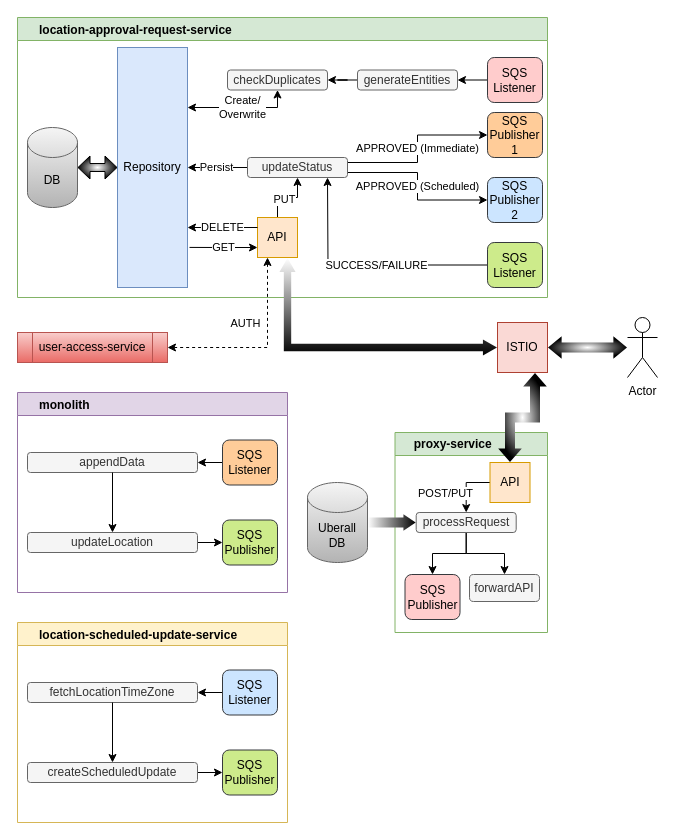
Earlier version of the draw.io diagram Approval Flow.drawio (elzayakm/photobot). Source tidied: cells renumbered, new cells numbered last; positions are measured from the earlier drawing's top-left corner, leaving out a move shared by most shapes. Both pictures are drawn from the tidied source at 100%, with x=0, y=0 at pixel (17, 17).
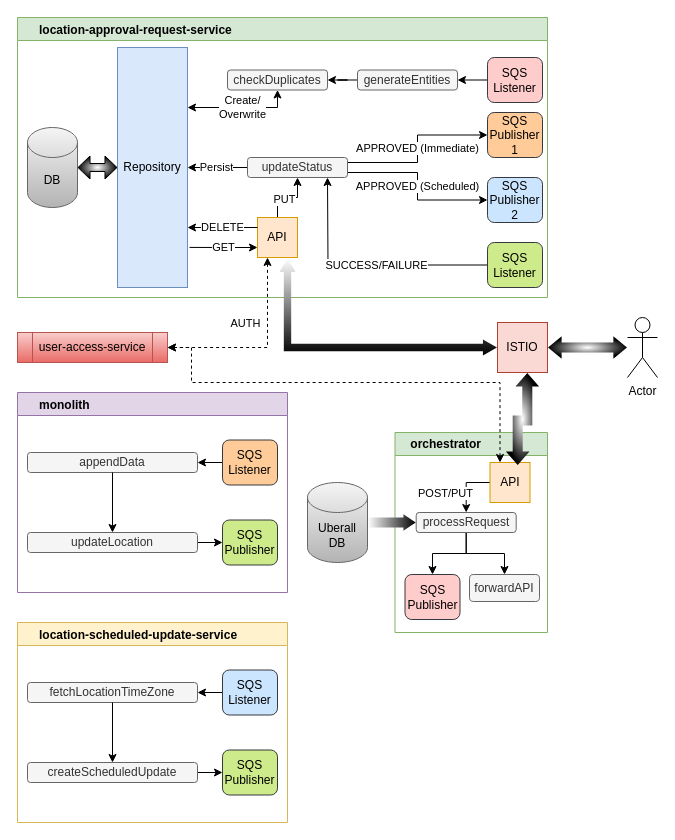
The same diagram, later.

Unchanged cells that the change refers to:
```xml
<mxCell id="29" value="API" style="rounded=0;whiteSpace=wrap;html=1;fillColor=#ffe6cc;strokeColor=#d79b00;" parent="26" vertex="1">
  <mxGeometry x="95" y="30" width="40" height="40" as="geometry" />
</mxCell>
<mxCell id="55" value="ISTIO" style="rounded=0;whiteSpace=wrap;html=1;fillColor=#fad9d5;strokeColor=#ae4132;" parent="1" vertex="1">
  <mxGeometry x="480" y="305" width="50" height="50" as="geometry" />
</mxCell>
<mxCell id="58" value="user-access-service" style="shape=process;whiteSpace=wrap;html=1;backgroundOutline=1;fillColor=#f8cecc;strokeColor=#b85450;gradientColor=#ea6b66;" parent="1" vertex="1">
  <mxGeometry y="315" width="150" height="30" as="geometry" />
</mxCell>
```

The edit, as a diff of the source:
```diff
@@
-    <mxCell id="26" value="&amp;nbsp; &amp;nbsp; &amp;nbsp;proxy-service" style="swimlane;whiteSpace=wrap;html=1;align=left;fillColor=#d5e8d4;strokeColor=#82b366;" parent="1" vertex="1">
+    <mxCell id="26" value="&amp;nbsp; &amp;nbsp; orchestrator" style="swimlane;whiteSpace=wrap;html=1;align=left;fillColor=#d5e8d4;strokeColor=#82b366;" parent="1" vertex="1">
       <mxGeometry x="377.5" y="415" width="152.5" height="200" as="geometry" />
     </mxCell>
@@
-    <mxCell id="53" style="edgeStyle=orthogonalEdgeStyle;rounded=0;jettySize=auto;html=1;exitX=0.75;exitY=1;exitDx=0;exitDy=0;entryX=0.5;entryY=0;entryDx=0;entryDy=0;shape=flexArrow;startArrow=block;startWidth=12.631578947368421;startSize=4.157894736842105;endWidth=12.631578947368421;endSize=4.157894736842105;fillColor=default;gradientColor=default;strokeColor=none;gradientDirection=radial;" parent="1" edge="1" source="55" target="29">
+    <mxCell id="53" style="edgeStyle=orthogonalEdgeStyle;rounded=0;orthogonalLoop=1;jettySize=auto;html=1;entryX=0.5;entryY=0;entryDx=0;entryDy=0;shape=flexArrow;startArrow=block;startWidth=12.631578947368421;startSize=4.157894736842105;endWidth=12.631578947368421;endSize=4.157894736842105;fillColor=default;gradientColor=default;strokeColor=none;gradientDirection=radial;" parent="1" edge="1">
       <mxGeometry relative="1" as="geometry">
+        <mxPoint x="509.8" y="355" as="sourcePoint" />
+        <mxPoint x="500.2" y="448" as="targetPoint" />
         <Array as="points">
-          <mxPoint x="517" y="400" />
-          <mxPoint x="493" y="400" />
+          <mxPoint x="509.8" y="358" />
+          <mxPoint x="509.8" y="403" />
+          <mxPoint x="500.8" y="403" />
         </Array>
       </mxGeometry>
     </mxCell>
@@
+    <mxCell id="61" style="edgeStyle=orthogonalEdgeStyle;rounded=0;jettySize=auto;html=1;exitX=0.25;exitY=0;exitDx=0;exitDy=0;entryX=1;entryY=0.5;entryDx=0;entryDy=0;dashed=1;startArrow=classic;startFill=1;" parent="1" edge="1" source="29" target="58">
+      <mxGeometry relative="1" as="geometry">
+        <Array as="points">
+          <mxPoint x="483" y="365" />
+          <mxPoint x="174" y="365" />
+          <mxPoint x="174" y="330" />
+        </Array>
+      </mxGeometry>
+    </mxCell>
```
